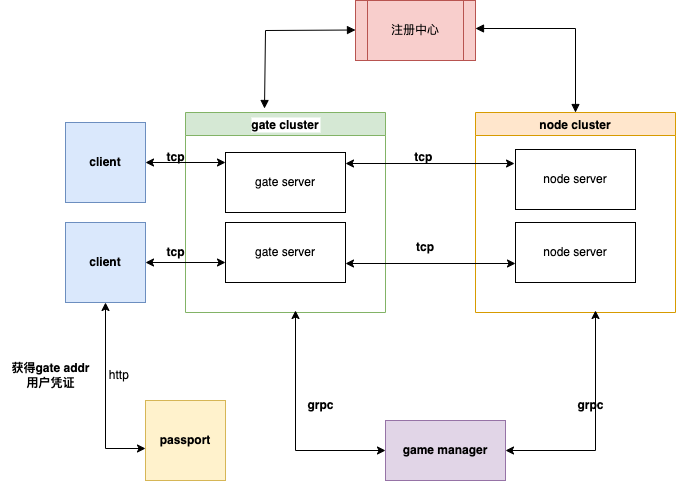
This is gamestruct.png from cr-mao/lorig, a draw.io export, as it was before one commit. Source tidied: cells renumbered, new cells last; positions are measured from the earlier drawing's top-left corner, leaving out a move shared by most shapes.
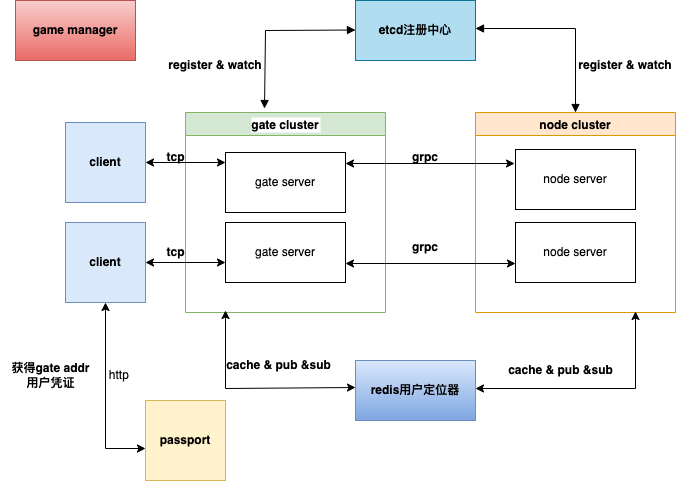
The same diagram one commit later.

Diff of the diagram source:
```diff
@@ -29,9 +29,6 @@
     <mxCell id="8" value="&lt;b&gt;client&lt;/b&gt;" style="whiteSpace=wrap;html=1;fillColor=#dae8fc;strokeColor=#6c8ebf;" parent="1" vertex="1">
       <mxGeometry x="65" y="222" width="80" height="80" as="geometry" />
     </mxCell>
-    <mxCell id="9" value="注册中心" style="shape=process;whiteSpace=wrap;html=1;backgroundOutline=1;fillColor=#f8cecc;strokeColor=#b85450;" parent="1" vertex="1">
-      <mxGeometry x="355" width="120" height="60" as="geometry" />
-    </mxCell>
     <mxCell id="10" style="endArrow=block;startArrow=block;endFill=1;startFill=1;html=1;rounded=0;fontColor=#000000;exitX=0.395;exitY=-0.02;exitDx=0;exitDy=0;exitPerimeter=0;" parent="1" edge="1" source="2">
       <mxGeometry relative="1" as="geometry">
         <mxPoint x="355" y="29.5" as="targetPoint" />
@@ -67,10 +64,10 @@
         <mxPoint x="514" y="163" as="targetPoint" />
       </mxGeometry>
     </mxCell>
-    <mxCell id="18" value="tcp&amp;nbsp;" style="text;html=1;strokeColor=none;fillColor=none;align=center;verticalAlign=middle;whiteSpace=wrap;rounded=0;fontColor=#000000;fontStyle=1;" parent="1" vertex="1">
+    <mxCell id="18" value="grpc" style="text;html=1;strokeColor=none;fillColor=none;align=center;verticalAlign=middle;whiteSpace=wrap;rounded=0;fontColor=#000000;fontStyle=1;" parent="1" vertex="1">
       <mxGeometry x="395" y="142" width="60" height="30" as="geometry" />
     </mxCell>
-    <mxCell id="19" value="tcp" style="text;html=1;strokeColor=none;fillColor=none;align=center;verticalAlign=middle;whiteSpace=wrap;rounded=0;fontColor=#000000;fontStyle=1;" parent="1" vertex="1">
+    <mxCell id="19" value="grpc" style="text;html=1;strokeColor=none;fillColor=none;align=center;verticalAlign=middle;whiteSpace=wrap;rounded=0;fontColor=#000000;fontStyle=1;" parent="1" vertex="1">
       <mxGeometry x="395" y="232" width="60" height="30" as="geometry" />
     </mxCell>
     <mxCell id="20" style="endArrow=block;startArrow=block;endFill=1;startFill=1;html=1;rounded=0;fontColor=#000000;exitX=0.5;exitY=0;exitDx=0;exitDy=0;" parent="1" edge="1" source="11">
@@ -82,34 +79,9 @@
         </Array>
       </mxGeometry>
     </mxCell>
-    <mxCell id="21" value="&lt;b&gt;&lt;font color=&quot;#000000&quot;&gt;game manager&lt;/font&gt;&lt;/b&gt;" style="rounded=0;whiteSpace=wrap;html=1;labelBackgroundColor=none;fillColor=#e1d5e7;strokeColor=#9673a6;" parent="1" vertex="1">
-      <mxGeometry x="385" y="420" width="120" height="60" as="geometry" />
-    </mxCell>
-    <mxCell id="22" style="endArrow=classic;startArrow=classic;html=1;rounded=0;fontColor=#000000;" parent="1" edge="1" target="21">
-      <mxGeometry relative="1" as="geometry">
-        <mxPoint x="295" y="310" as="sourcePoint" />
-        <Array as="points">
-          <mxPoint x="295" y="450" />
-        </Array>
-      </mxGeometry>
-    </mxCell>
-    <mxCell id="23" value="&lt;b&gt;grpc&lt;/b&gt;" style="text;html=1;align=center;verticalAlign=middle;strokeColor=none;fillColor=none;fontColor=#000000;" parent="1" vertex="1">
-      <mxGeometry x="295" y="390" width="50" height="30" as="geometry" />
-    </mxCell>
     <mxCell id="24" value="passport" style="whiteSpace=wrap;html=1;labelBackgroundColor=none;fillColor=#fff2cc;strokeColor=#d6b656;fontStyle=1;" parent="1" vertex="1">
       <mxGeometry x="145" y="400" width="80" height="80" as="geometry" />
     </mxCell>
-    <mxCell id="25" style="endArrow=classic;startArrow=classic;html=1;rounded=0;fontColor=#000000;exitX=1;exitY=0.5;exitDx=0;exitDy=0;" parent="1" edge="1" source="21">
-      <mxGeometry relative="1" as="geometry">
-        <mxPoint x="595" y="310" as="targetPoint" />
-        <Array as="points">
-          <mxPoint x="595" y="450" />
-        </Array>
-      </mxGeometry>
-    </mxCell>
-    <mxCell id="26" value="grpc" style="text;html=1;align=center;verticalAlign=middle;strokeColor=none;fillColor=none;fontColor=#000000;fontStyle=1;" parent="1" vertex="1">
-      <mxGeometry x="565" y="390" width="50" height="30" as="geometry" />
-    </mxCell>
     <mxCell id="27" style="endArrow=classic;startArrow=classic;html=1;rounded=0;fontColor=#000000;exitX=0;exitY=0.75;exitDx=0;exitDy=0;entryX=0.5;entryY=1;entryDx=0;entryDy=0;" parent="1" edge="1" target="8">
       <mxGeometry relative="1" as="geometry">
         <mxPoint x="145" y="448" as="sourcePoint" />
@@ -124,5 +96,44 @@
     <mxCell id="29" value="&lt;b&gt;获得gate addr&lt;br&gt;用户凭证&lt;br&gt;&lt;/b&gt;" style="text;html=1;align=center;verticalAlign=middle;strokeColor=none;fillColor=none;fontColor=#000000;" parent="1" vertex="1">
       <mxGeometry y="355" width="100" height="40" as="geometry" />
     </mxCell>
+    <mxCell id="30" value="&lt;b&gt;register &amp;amp; watch&lt;/b&gt;" style="text;html=1;strokeColor=none;fillColor=none;align=center;verticalAlign=middle;whiteSpace=wrap;rounded=0;" parent="1" vertex="1">
+      <mxGeometry x="165" y="50" width="100" height="30" as="geometry" />
+    </mxCell>
+    <mxCell id="31" value="&lt;b&gt;register &amp;amp; watch&lt;/b&gt;" style="text;html=1;strokeColor=none;fillColor=none;align=center;verticalAlign=middle;whiteSpace=wrap;rounded=0;" parent="1" vertex="1">
+      <mxGeometry x="575" y="50" width="100" height="30" as="geometry" />
+    </mxCell>
+    <mxCell id="32" style="endArrow=classic;startArrow=classic;html=1;rounded=0;fontColor=#000000;entryX=0;entryY=0.75;entryDx=0;entryDy=0;" parent="1" edge="1">
+      <mxGeometry relative="1" as="geometry">
+        <mxPoint x="225" y="310" as="sourcePoint" />
+        <mxPoint x="355" y="387" as="targetPoint" />
+        <Array as="points">
+          <mxPoint x="225" y="388" />
+        </Array>
+      </mxGeometry>
+    </mxCell>
+    <mxCell id="33" value="&lt;b&gt;cache &amp;amp; pub &amp;amp;sub&lt;/b&gt;" style="text;html=1;align=center;verticalAlign=middle;strokeColor=none;fillColor=none;" parent="1" vertex="1">
+      <mxGeometry x="213" y="350" width="130" height="30" as="geometry" />
+    </mxCell>
+    <mxCell id="34" style="endArrow=classic;startArrow=classic;html=1;rounded=0;fontColor=#000000;entryX=1;entryY=0.75;entryDx=0;entryDy=0;" parent="1" edge="1">
+      <mxGeometry relative="1" as="geometry">
+        <mxPoint x="635" y="311" as="sourcePoint" />
+        <mxPoint x="475" y="388" as="targetPoint" />
+        <Array as="points">
+          <mxPoint x="635" y="388" />
+        </Array>
+      </mxGeometry>
+    </mxCell>
+    <mxCell id="35" value="&lt;b&gt;cache &amp;amp; pub &amp;amp;sub&lt;/b&gt;" style="text;html=1;align=center;verticalAlign=middle;strokeColor=none;fillColor=none;" parent="1" vertex="1">
+      <mxGeometry x="495" y="355" width="130" height="30" as="geometry" />
+    </mxCell>
+    <mxCell id="21" value="&lt;b&gt;game manager&lt;/b&gt;" style="rounded=0;whiteSpace=wrap;html=1;fillColor=#f8cecc;strokeColor=#b85450;gradientColor=#ea6b66;" parent="1" vertex="1">
+      <mxGeometry x="15" width="120" height="60" as="geometry" />
+    </mxCell>
+    <mxCell id="36" value="&lt;b&gt;etcd注册中心&lt;/b&gt;" style="rounded=0;whiteSpace=wrap;html=1;fillColor=#b1ddf0;strokeColor=#10739e;" parent="1" vertex="1">
+      <mxGeometry x="355" width="120" height="60" as="geometry" />
+    </mxCell>
+    <mxCell id="37" value="&lt;b&gt;redis&lt;/b&gt;&lt;b&gt;用户定位器&lt;/b&gt;" style="rounded=0;whiteSpace=wrap;html=1;fillColor=#dae8fc;gradientColor=#7ea6e0;strokeColor=#6c8ebf;" parent="1" vertex="1">
+      <mxGeometry x="355" y="360" width="120" height="60" as="geometry" />
+    </mxCell>
   </root>
 </mxGraphModel>
```
